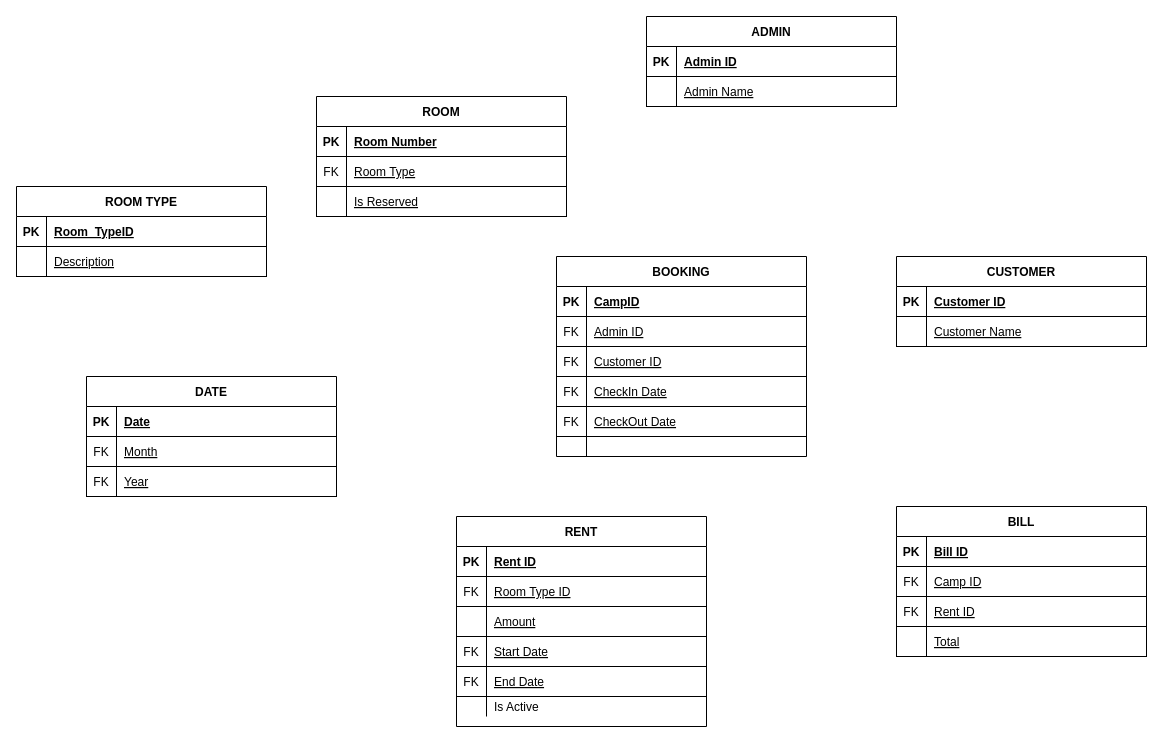
Aceeka/Bio keeps this draw.io diagram as ER.drawio. Above is the earlier version. Source tidied: cells renumbered, new cells numbered last; positions are measured from the earlier drawing's top-left corner, leaving out a move shared by most shapes. Both pictures are drawn from the tidied source at 100%, with x=0, y=0 at pixel (16, 16).
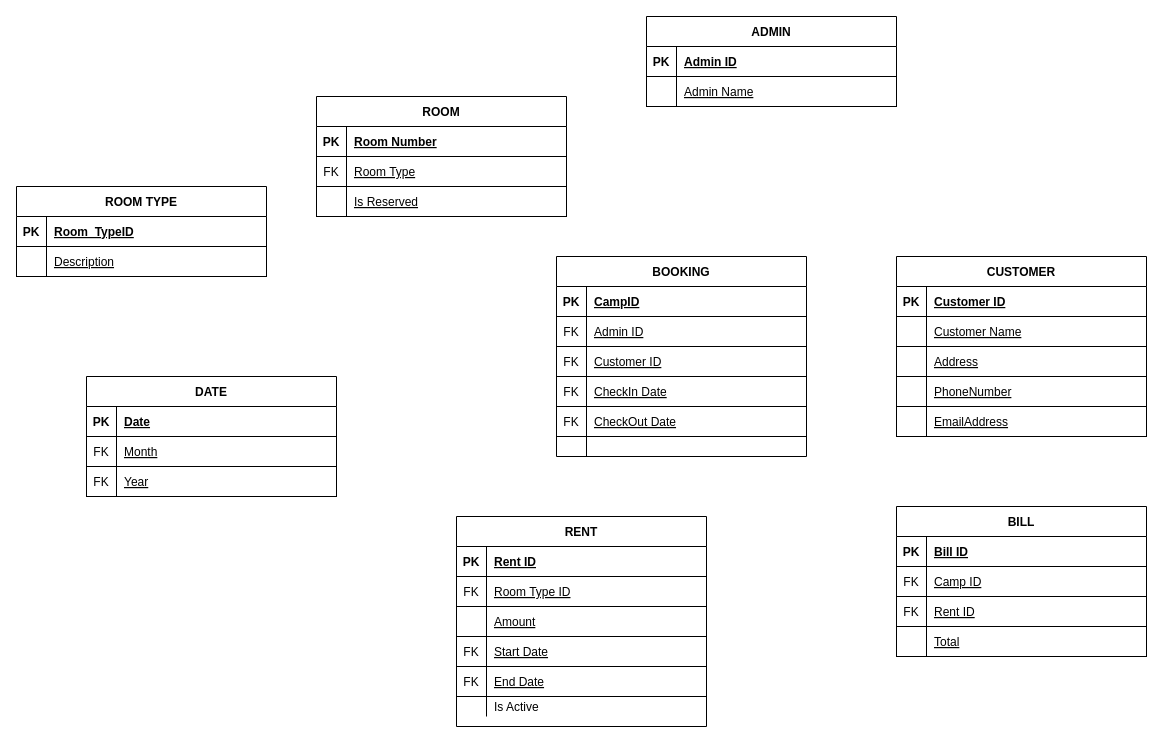
Above is the later version.

The edit, as a diff of the source:
```diff
@@
     <mxCell id="28" value="CUSTOMER" style="shape=table;startSize=30;childLayout=tableLayout;rowLines=0;fontStyle=1;align=center;" parent="1" vertex="1">
-      <mxGeometry x="880" y="240" width="250" height="90" as="geometry" />
+      <mxGeometry x="880" y="240" width="250" height="180" as="geometry" />
     </mxCell>
@@
+    <mxCell id="94" style="shape=partialRectangle;fillColor=none;top=0;left=0;right=0;bottom=1;" parent="28" vertex="1">
+      <mxGeometry y="90" width="250" height="30" as="geometry" />
+    </mxCell>
+    <mxCell id="95" style="shape=partialRectangle;overflow=hidden;fillColor=none;top=0;left=0;bottom=0;right=0;fontStyle=0;" parent="94" vertex="1">
+      <mxGeometry width="30" height="30" as="geometry" />
+    </mxCell>
+    <mxCell id="96" value="Address" style="shape=partialRectangle;overflow=hidden;fillColor=none;top=0;left=0;bottom=0;right=0;align=left;spacingLeft=6;fontStyle=4;" parent="94" vertex="1">
+      <mxGeometry x="30" width="220" height="30" as="geometry" />
+    </mxCell>
+    <mxCell id="97" style="shape=partialRectangle;fillColor=none;top=0;left=0;right=0;bottom=1;" parent="28" vertex="1">
+      <mxGeometry y="120" width="250" height="30" as="geometry" />
+    </mxCell>
+    <mxCell id="98" style="shape=partialRectangle;overflow=hidden;fillColor=none;top=0;left=0;bottom=0;right=0;fontStyle=0;" parent="97" vertex="1">
+      <mxGeometry width="30" height="30" as="geometry" />
+    </mxCell>
+    <mxCell id="99" value="PhoneNumber" style="shape=partialRectangle;overflow=hidden;fillColor=none;top=0;left=0;bottom=0;right=0;align=left;spacingLeft=6;fontStyle=4;" parent="97" vertex="1">
+      <mxGeometry x="30" width="220" height="30" as="geometry" />
+    </mxCell>
+    <mxCell id="100" style="shape=partialRectangle;fillColor=none;top=0;left=0;right=0;bottom=1;" parent="28" vertex="1">
+      <mxGeometry y="150" width="250" height="30" as="geometry" />
+    </mxCell>
+    <mxCell id="101" style="shape=partialRectangle;overflow=hidden;fillColor=none;top=0;left=0;bottom=0;right=0;fontStyle=0;" parent="100" vertex="1">
+      <mxGeometry width="30" height="30" as="geometry" />
+    </mxCell>
+    <mxCell id="102" value="EmailAddress" style="shape=partialRectangle;overflow=hidden;fillColor=none;top=0;left=0;bottom=0;right=0;align=left;spacingLeft=6;fontStyle=4;" parent="100" vertex="1">
+      <mxGeometry x="30" width="220" height="30" as="geometry" />
+    </mxCell>
```
